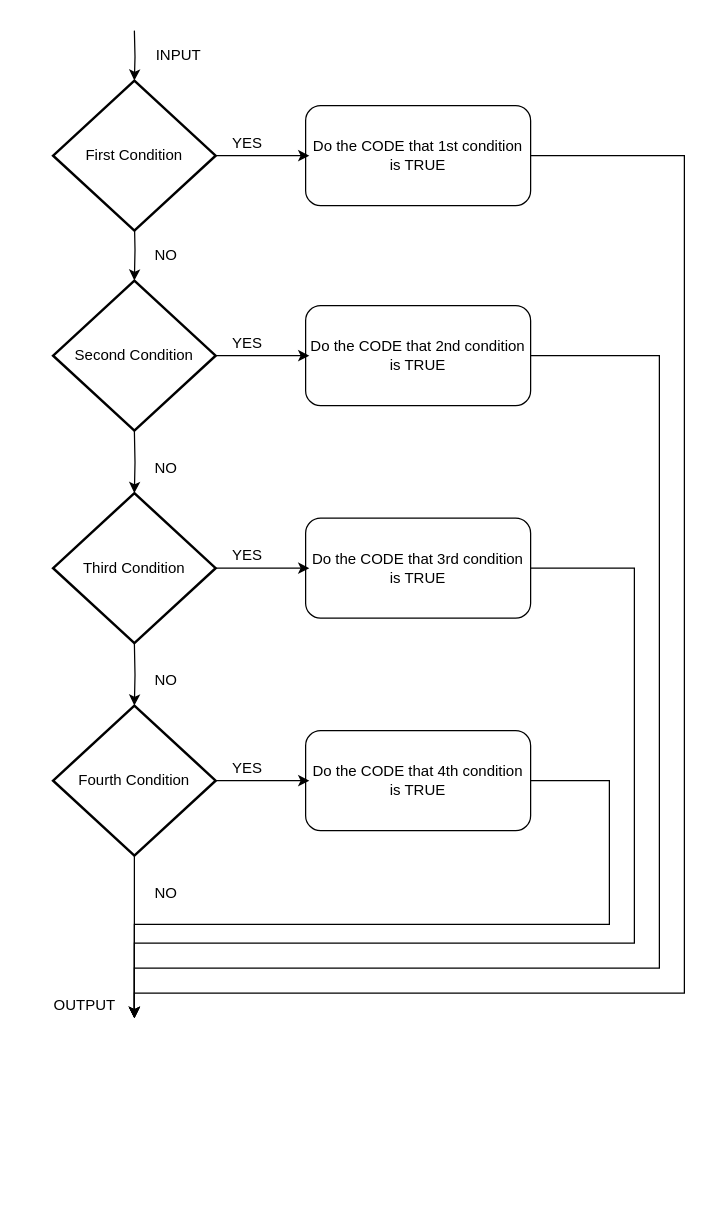
Earlier version of the draw.io diagram src/Untitled Diagram.drawio (as77jc/anime). Source tidied: cells renumbered, new cells numbered last; positions are measured from the earlier drawing's top-left corner, leaving out a move shared by most shapes. Both pictures are drawn from the tidied source at 125%, with x=0, y=0 at pixel (46, 30).
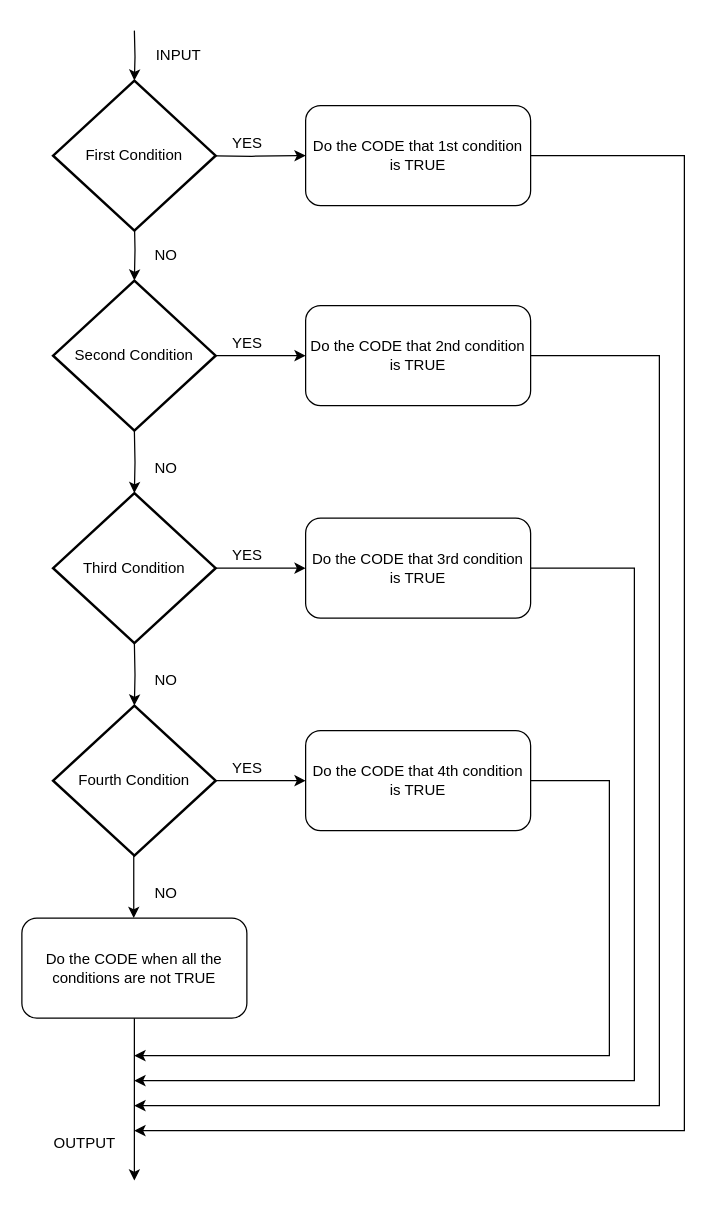
After the change.

Commit message (it also covers changes not shown here):
Chained Conditions

Unchanged cells that the change refers to:
```xml
<mxCell id="3" value="Do the CODE that 1st condition is TRUE" style="rounded=1;whiteSpace=wrap;html=1;" parent="1" vertex="1">
  <mxGeometry x="207" y="60" width="180" height="80" as="geometry" />
</mxCell>
<mxCell id="8" value="&lt;span&gt;Do the CODE that 2nd condition is TRUE&lt;/span&gt;" style="rounded=1;whiteSpace=wrap;html=1;" parent="1" vertex="1">
  <mxGeometry x="207" y="220" width="180" height="80" as="geometry" />
</mxCell>
<mxCell id="10" value="Second Condition" style="strokeWidth=2;html=1;shape=mxgraph.flowchart.decision;whiteSpace=wrap;" parent="1" vertex="1">
  <mxGeometry x="5" y="200" width="130" height="120" as="geometry" />
</mxCell>
<mxCell id="18" value="&lt;span&gt;Do the CODE that 3rd condition is TRUE&lt;/span&gt;" style="rounded=1;whiteSpace=wrap;html=1;" parent="1" vertex="1">
  <mxGeometry x="207" y="390" width="180" height="80" as="geometry" />
</mxCell>
<mxCell id="20" value="Third Condition" style="strokeWidth=2;html=1;shape=mxgraph.flowchart.decision;whiteSpace=wrap;" parent="1" vertex="1">
  <mxGeometry x="5" y="370" width="130" height="120" as="geometry" />
</mxCell>
<mxCell id="25" value="&lt;span&gt;Do the CODE that 4th condition is TRUE&lt;/span&gt;" style="rounded=1;whiteSpace=wrap;html=1;" parent="1" vertex="1">
  <mxGeometry x="207" y="560" width="180" height="80" as="geometry" />
</mxCell>
<mxCell id="28" value="Fourth Condition" style="strokeWidth=2;html=1;shape=mxgraph.flowchart.decision;whiteSpace=wrap;" parent="1" vertex="1">
  <mxGeometry x="5" y="540" width="130" height="120" as="geometry" />
</mxCell>
```

Change to the diagram source:
```diff
@@
     <mxCell id="2" style="edgeStyle=orthogonalEdgeStyle;rounded=0;jettySize=auto;html=1;exitX=1;exitY=0.5;exitDx=0;exitDy=0;" parent="1" edge="1" source="3">
       <mxGeometry relative="1" as="geometry">
-        <mxPoint x="70" y="790" as="targetPoint" />
+        <mxPoint x="70" y="880" as="targetPoint" />
         <Array as="points">
           <mxPoint x="510" y="100" />
-          <mxPoint x="510" y="770" />
-          <mxPoint x="70" y="770" />
+          <mxPoint x="510" y="880" />
+          <mxPoint x="70" y="880" />
         </Array>
       </mxGeometry>
     </mxCell>
@@
-    <mxCell id="4" style="edgeStyle=orthogonalEdgeStyle;rounded=0;orthogonalLoop=1;jettySize=auto;html=1;" parent="1" edge="1">
+    <mxCell id="4" style="edgeStyle=orthogonalEdgeStyle;rounded=0;jettySize=auto;html=1;entryX=0;entryY=0.5;entryDx=0;entryDy=0;" parent="1" edge="1" target="3">
       <mxGeometry relative="1" as="geometry">
         <mxPoint x="120" y="100" as="sourcePoint" />
-        <mxPoint x="210" y="100" as="targetPoint" />
       </mxGeometry>
     </mxCell>
@@
     <mxCell id="7" style="edgeStyle=orthogonalEdgeStyle;rounded=0;jettySize=auto;html=1;exitX=1;exitY=0.5;exitDx=0;exitDy=0;" parent="1" edge="1" source="8">
       <mxGeometry relative="1" as="geometry">
-        <mxPoint x="70" y="790" as="targetPoint" />
+        <mxPoint x="70" y="860" as="targetPoint" />
         <Array as="points">
           <mxPoint x="490" y="260" />
-          <mxPoint x="490" y="750" />
-          <mxPoint x="70" y="750" />
+          <mxPoint x="490" y="860" />
+          <mxPoint x="70" y="860" />
         </Array>
       </mxGeometry>
     </mxCell>
@@
-    <mxCell id="9" style="edgeStyle=orthogonalEdgeStyle;rounded=0;jettySize=auto;html=1;" parent="1" edge="1" source="10">
-      <mxGeometry relative="1" as="geometry">
-        <mxPoint x="210" y="260" as="targetPoint" />
-      </mxGeometry>
+    <mxCell id="9" style="edgeStyle=orthogonalEdgeStyle;rounded=0;jettySize=auto;html=1;entryX=0;entryY=0.5;entryDx=0;entryDy=0;" parent="1" edge="1" source="10" target="8">
+      <mxGeometry relative="1" as="geometry" />
     </mxCell>
@@
     <mxCell id="17" style="edgeStyle=orthogonalEdgeStyle;rounded=0;jettySize=auto;html=1;exitX=1;exitY=0.5;exitDx=0;exitDy=0;" parent="1" edge="1" source="18">
       <mxGeometry relative="1" as="geometry">
-        <mxPoint x="70" y="790" as="targetPoint" />
+        <mxPoint x="70" y="840" as="targetPoint" />
         <Array as="points">
           <mxPoint x="470" y="430" />
-          <mxPoint x="470" y="730" />
-          <mxPoint x="70" y="730" />
+          <mxPoint x="470" y="840" />
+          <mxPoint x="70" y="840" />
         </Array>
       </mxGeometry>
     </mxCell>
@@
-    <mxCell id="19" style="edgeStyle=orthogonalEdgeStyle;rounded=0;jettySize=auto;html=1;" parent="1" edge="1" source="20">
-      <mxGeometry relative="1" as="geometry">
-        <mxPoint x="210" y="430" as="targetPoint" />
-      </mxGeometry>
+    <mxCell id="19" style="edgeStyle=orthogonalEdgeStyle;rounded=0;jettySize=auto;html=1;entryX=0;entryY=0.5;entryDx=0;entryDy=0;" parent="1" edge="1" source="20" target="18">
+      <mxGeometry relative="1" as="geometry" />
     </mxCell>
@@
     <mxCell id="24" style="edgeStyle=orthogonalEdgeStyle;rounded=0;jettySize=auto;html=1;exitX=1;exitY=0.5;exitDx=0;exitDy=0;" parent="1" edge="1" source="25">
       <mxGeometry relative="1" as="geometry">
-        <mxPoint x="70" y="790" as="targetPoint" />
+        <mxPoint x="70" y="820" as="targetPoint" />
         <Array as="points">
           <mxPoint x="450" y="600" />
-          <mxPoint x="450" y="715" />
-          <mxPoint x="70" y="715" />
+          <mxPoint x="450" y="820" />
+          <mxPoint x="70" y="820" />
         </Array>
       </mxGeometry>
     </mxCell>
@@
-    <mxCell id="26" style="edgeStyle=orthogonalEdgeStyle;rounded=0;jettySize=auto;html=1;" parent="1" edge="1" source="28">
-      <mxGeometry relative="1" as="geometry">
-        <mxPoint x="210" y="600" as="targetPoint" />
-      </mxGeometry>
+    <mxCell id="26" style="edgeStyle=orthogonalEdgeStyle;rounded=0;jettySize=auto;html=1;entryX=0;entryY=0.5;entryDx=0;entryDy=0;" parent="1" edge="1" source="28" target="25">
+      <mxGeometry relative="1" as="geometry" />
     </mxCell>
-    <mxCell id="27" style="edgeStyle=orthogonalEdgeStyle;rounded=0;jettySize=auto;html=1;exitX=0.5;exitY=1;exitDx=0;exitDy=0;exitPerimeter=0;" parent="1" edge="1" source="28">
-      <mxGeometry relative="1" as="geometry">
-        <mxPoint x="70" y="790" as="targetPoint" />
-      </mxGeometry>
-    </mxCell>
@@
     <mxCell id="31" value="OUTPUT" style="text;html=1;align=center;verticalAlign=middle;strokeColor=none;" parent="1" vertex="1">
-      <mxGeometry y="770" width="60" height="20" as="geometry" />
+      <mxGeometry y="880" width="60" height="20" as="geometry" />
     </mxCell>
@@
+    <mxCell id="33" style="edgeStyle=orthogonalEdgeStyle;rounded=0;orthogonalLoop=1;jettySize=auto;html=1;exitX=0.5;exitY=1;exitDx=0;exitDy=0;exitPerimeter=0;" parent="1" edge="1">
+      <mxGeometry relative="1" as="geometry">
+        <mxPoint x="69.5" y="660" as="sourcePoint" />
+        <mxPoint x="69.5" y="710" as="targetPoint" />
+      </mxGeometry>
+    </mxCell>
+    <mxCell id="34" value="&lt;span&gt;Do the CODE when all the conditions are not TRUE&lt;/span&gt;" style="rounded=1;whiteSpace=wrap;html=1;" parent="1" vertex="1">
+      <mxGeometry x="-20" y="710" width="180" height="80" as="geometry" />
+    </mxCell>
+    <mxCell id="35" style="edgeStyle=orthogonalEdgeStyle;rounded=0;orthogonalLoop=1;jettySize=auto;html=1;" parent="1" edge="1">
+      <mxGeometry relative="1" as="geometry">
+        <mxPoint x="70" y="790" as="sourcePoint" />
+        <mxPoint x="70" y="920" as="targetPoint" />
+      </mxGeometry>
+    </mxCell>
```
